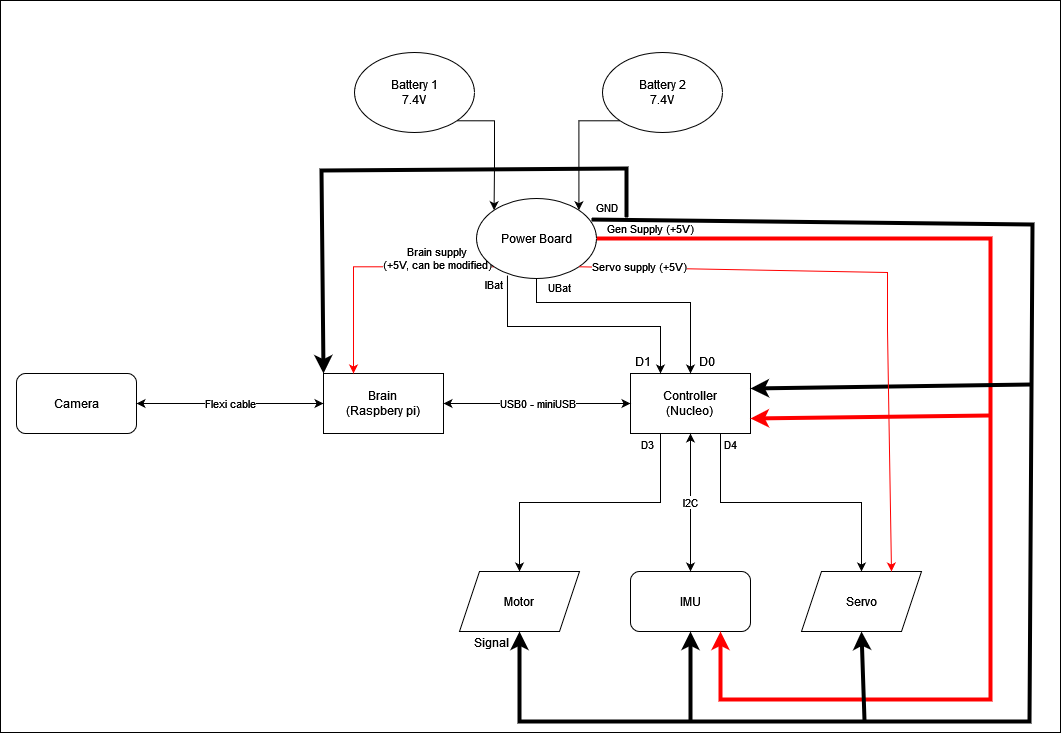
Above: source/images/hardwaresetupforcar/ConnectionDiagram.png in ECC-BFMC/Documentation (draw.io), before the change. Source tidied: cells renumbered, new cells last; positions are measured from the earlier drawing's top-left corner, leaving out a move shared by most shapes. Its diagram source:
```xml
<mxGraphModel>
  <root>
    <mxCell id="0" />
    <mxCell id="1" parent="0" />
    <mxCell id="2" style="rounded=0;whiteSpace=wrap;html=1;" parent="1" vertex="1">
      <mxGeometry width="1060" height="732" as="geometry" />
    </mxCell>
    <mxCell id="3" value="&lt;div&gt;Brain&lt;/div&gt;&lt;div&gt;(Raspbery pi)&lt;br&gt;&lt;/div&gt;" style="rounded=0;whiteSpace=wrap;html=1;" parent="1" vertex="1">
      <mxGeometry x="323" y="373" width="120" height="60" as="geometry" />
    </mxCell>
    <mxCell id="4" value="D3" style="edgeStyle=orthogonalEdgeStyle;rounded=0;jettySize=auto;html=1;exitX=0.25;exitY=1;exitDx=0;exitDy=0;" parent="1" edge="1" source="6" target="12">
      <mxGeometry x="-0.92" y="-13" relative="1" as="geometry" />
    </mxCell>
    <mxCell id="5" value="D4" style="edgeStyle=orthogonalEdgeStyle;rounded=0;jettySize=auto;html=1;exitX=0.75;exitY=1;exitDx=0;exitDy=0;entryX=0.5;entryY=0;entryDx=0;entryDy=0;" parent="1" edge="1" source="6" target="13">
      <mxGeometry x="-0.92" y="10" relative="1" as="geometry" />
    </mxCell>
    <mxCell id="6" value="&lt;div&gt;Controller&lt;/div&gt;&lt;div&gt;(Nucleo)&lt;br&gt;&lt;/div&gt;" style="rounded=0;whiteSpace=wrap;html=1;" parent="1" vertex="1">
      <mxGeometry x="630" y="373" width="120" height="60" as="geometry" />
    </mxCell>
    <mxCell id="7" value="USB0 - miniUSB" style="endArrow=classic;startArrow=classic;html=1;rounded=0;entryX=0;entryY=0.5;entryDx=0;entryDy=0;exitX=1;exitY=0.5;exitDx=0;exitDy=0;" parent="1" edge="1" source="3" target="6">
      <mxGeometry relative="1" as="geometry" />
    </mxCell>
    <mxCell id="8" value="Camera" style="rounded=1;whiteSpace=wrap;html=1;" parent="1" vertex="1">
      <mxGeometry x="16" y="373" width="120" height="60" as="geometry" />
    </mxCell>
    <mxCell id="9" value="IMU" style="rounded=1;whiteSpace=wrap;html=1;" parent="1" vertex="1">
      <mxGeometry x="630" y="571" width="120" height="60" as="geometry" />
    </mxCell>
    <mxCell id="10" value="Flexi cable" style="endArrow=classic;startArrow=classic;html=1;rounded=0;exitX=1;exitY=0.5;exitDx=0;exitDy=0;entryX=0;entryY=0.5;entryDx=0;entryDy=0;" parent="1" edge="1" source="8" target="3">
      <mxGeometry relative="1" as="geometry" />
    </mxCell>
    <mxCell id="11" value="I2C" style="endArrow=classic;startArrow=classic;html=1;rounded=0;entryX=0.5;entryY=1;entryDx=0;entryDy=0;" parent="1" edge="1" source="9" target="6">
      <mxGeometry relative="1" as="geometry" />
    </mxCell>
    <mxCell id="12" value="Motor" style="shape=parallelogram;perimeter=parallelogramPerimeter;whiteSpace=wrap;html=1;fixedSize=1;" parent="1" vertex="1">
      <mxGeometry x="459" y="571" width="120" height="60" as="geometry" />
    </mxCell>
    <mxCell id="13" value="Servo" style="shape=parallelogram;perimeter=parallelogramPerimeter;whiteSpace=wrap;html=1;fixedSize=1;" parent="1" vertex="1">
      <mxGeometry x="801" y="571" width="120" height="60" as="geometry" />
    </mxCell>
    <mxCell id="14" value="Brain supply&lt;br&gt;&lt;div&gt;(+5V, can be modified)&lt;/div&gt;" style="edgeStyle=orthogonalEdgeStyle;rounded=0;jettySize=auto;html=1;exitX=0;exitY=1;exitDx=0;exitDy=0;entryX=0.25;entryY=0;entryDx=0;entryDy=0;strokeColor=#ff0000;" parent="1" edge="1" source="18" target="3">
      <mxGeometry x="-0.54" y="-8" relative="1" as="geometry" />
    </mxCell>
    <mxCell id="15" value="&lt;div&gt;IBat&lt;br&gt;&lt;/div&gt;" style="edgeStyle=orthogonalEdgeStyle;rounded=0;jettySize=auto;html=1;exitX=0.258;exitY=0.963;exitDx=0;exitDy=0;entryX=0.25;entryY=0;entryDx=0;entryDy=0;exitPerimeter=0;" parent="1" edge="1" source="18" target="6">
      <mxGeometry x="-0.93" y="-14" relative="1" as="geometry">
        <Array as="points">
          <mxPoint x="507" y="326" />
          <mxPoint x="660" y="326" />
        </Array>
      </mxGeometry>
    </mxCell>
    <mxCell id="16" value="UBat" style="edgeStyle=orthogonalEdgeStyle;rounded=0;jettySize=auto;html=1;exitX=0.5;exitY=1;exitDx=0;exitDy=0;entryX=0.5;entryY=0;entryDx=0;entryDy=0;" parent="1" edge="1" source="18" target="6">
      <mxGeometry x="-0.62" y="15" relative="1" as="geometry">
        <Array as="points">
          <mxPoint x="536" y="302" />
          <mxPoint x="690" y="302" />
        </Array>
      </mxGeometry>
    </mxCell>
    <mxCell id="17" value="Gen Supply (+5V)" style="edgeStyle=orthogonalEdgeStyle;rounded=0;jumpSize=21;jettySize=auto;html=1;exitX=1;exitY=0.5;exitDx=0;exitDy=0;entryX=0.75;entryY=1;entryDx=0;entryDy=0;strokeColor=#ff0000;strokeWidth=4;" parent="1" edge="1" source="18" target="9">
      <mxGeometry x="-0.91" y="10" relative="1" as="geometry">
        <Array as="points">
          <mxPoint x="990" y="238" />
          <mxPoint x="990" y="699" />
          <mxPoint x="720" y="699" />
        </Array>
      </mxGeometry>
    </mxCell>
    <mxCell id="18" value="Power Board" style="ellipse;whiteSpace=wrap;html=1;" parent="1" vertex="1">
      <mxGeometry x="476" y="198" width="120" height="80" as="geometry" />
    </mxCell>
    <mxCell id="19" style="edgeStyle=orthogonalEdgeStyle;rounded=0;jettySize=auto;html=1;exitX=1;exitY=1;exitDx=0;exitDy=0;entryX=0;entryY=0;entryDx=0;entryDy=0;" parent="1" edge="1" source="20" target="18">
      <mxGeometry relative="1" as="geometry" />
    </mxCell>
    <mxCell id="20" value="&lt;div&gt;Battery 1&lt;/div&gt;&lt;div&gt;7.4V&lt;br&gt;&lt;/div&gt;" style="ellipse;whiteSpace=wrap;html=1;" parent="1" vertex="1">
      <mxGeometry x="354" y="52" width="120" height="80" as="geometry" />
    </mxCell>
    <mxCell id="21" style="edgeStyle=orthogonalEdgeStyle;rounded=0;jettySize=auto;html=1;exitX=0;exitY=1;exitDx=0;exitDy=0;entryX=1;entryY=0;entryDx=0;entryDy=0;" parent="1" edge="1" source="22" target="18">
      <mxGeometry relative="1" as="geometry" />
    </mxCell>
    <mxCell id="22" value="&lt;div&gt;Battery 2&lt;/div&gt;&lt;div&gt;7.4V&lt;br&gt;&lt;/div&gt;" style="ellipse;whiteSpace=wrap;html=1;" parent="1" vertex="1">
      <mxGeometry x="602" y="52" width="120" height="80" as="geometry" />
    </mxCell>
    <mxCell id="23" value="GND" style="endArrow=classic;html=1;rounded=0;strokeColor=#000000;strokeWidth=4;jumpSize=21;exitX=0.958;exitY=0.263;exitDx=0;exitDy=0;exitPerimeter=0;entryX=0.5;entryY=1;entryDx=0;entryDy=0;" parent="1" edge="1" source="18" target="12">
      <mxGeometry x="-0.98" y="12" relative="1" as="geometry">
        <Array as="points">
          <mxPoint x="1032" y="224" />
          <mxPoint x="1029" y="721" />
          <mxPoint x="519" y="721" />
        </Array>
      </mxGeometry>
    </mxCell>
    <mxCell id="24" style="endArrow=classic;html=1;rounded=0;strokeColor=#000000;strokeWidth=4;jumpSize=21;entryX=0.5;entryY=1;entryDx=0;entryDy=0;" parent="1" edge="1" target="9">
      <mxGeometry relative="1" as="geometry">
        <mxPoint x="690" y="721" as="sourcePoint" />
      </mxGeometry>
    </mxCell>
    <mxCell id="25" style="endArrow=classic;html=1;rounded=0;strokeColor=#000000;strokeWidth=4;jumpSize=21;entryX=0.5;entryY=1;entryDx=0;entryDy=0;" parent="1" edge="1" target="13">
      <mxGeometry relative="1" as="geometry">
        <mxPoint x="864" y="720" as="sourcePoint" />
      </mxGeometry>
    </mxCell>
    <mxCell id="26" style="endArrow=classic;html=1;rounded=0;strokeColor=#000000;strokeWidth=4;jumpSize=21;entryX=1;entryY=0.25;entryDx=0;entryDy=0;" parent="1" edge="1" target="6">
      <mxGeometry relative="1" as="geometry">
        <mxPoint x="1031" y="384" as="sourcePoint" />
      </mxGeometry>
    </mxCell>
    <mxCell id="27" style="endArrow=classic;html=1;rounded=0;strokeColor=#000000;strokeWidth=4;jumpSize=21;entryX=0;entryY=0;entryDx=0;entryDy=0;" parent="1" edge="1" target="3">
      <mxGeometry relative="1" as="geometry">
        <mxPoint x="626" y="217" as="sourcePoint" />
        <Array as="points">
          <mxPoint x="626" y="168" />
          <mxPoint x="321" y="170" />
        </Array>
      </mxGeometry>
    </mxCell>
    <mxCell id="28" value="Signal" style="text;html=1;strokeColor=none;fillColor=none;align=center;verticalAlign=middle;whiteSpace=wrap;rounded=0;" parent="1" vertex="1">
      <mxGeometry x="457" y="627" width="68" height="30" as="geometry" />
    </mxCell>
    <mxCell id="29" value="Servo supply (+5V)" style="endArrow=classic;html=1;rounded=0;strokeColor=#ff0000;strokeWidth=1;jumpSize=21;exitX=1;exitY=1;exitDx=0;exitDy=0;entryX=0.75;entryY=0;entryDx=0;entryDy=0;" parent="1" edge="1" source="18" target="13">
      <mxGeometry x="-0.8" y="1" relative="1" as="geometry">
        <Array as="points">
          <mxPoint x="887" y="272" />
          <mxPoint x="887" y="330" />
        </Array>
      </mxGeometry>
    </mxCell>
    <mxCell id="30" value="D0" style="text;html=1;strokeColor=none;fillColor=none;align=center;verticalAlign=middle;whiteSpace=wrap;rounded=0;" parent="1" vertex="1">
      <mxGeometry x="677" y="346" width="60" height="30" as="geometry" />
    </mxCell>
    <mxCell id="31" value="D1" style="text;html=1;strokeColor=none;fillColor=none;align=center;verticalAlign=middle;whiteSpace=wrap;rounded=0;" parent="1" vertex="1">
      <mxGeometry x="613" y="346" width="60" height="30" as="geometry" />
    </mxCell>
    <mxCell id="32" style="endArrow=classic;html=1;rounded=0;strokeColor=#ff0000;strokeWidth=4;jumpSize=21;entryX=1;entryY=0.75;entryDx=0;entryDy=0;" parent="1" edge="1" target="6">
      <mxGeometry relative="1" as="geometry">
        <mxPoint x="989" y="415" as="sourcePoint" />
      </mxGeometry>
    </mxCell>
  </root>
</mxGraphModel>
```
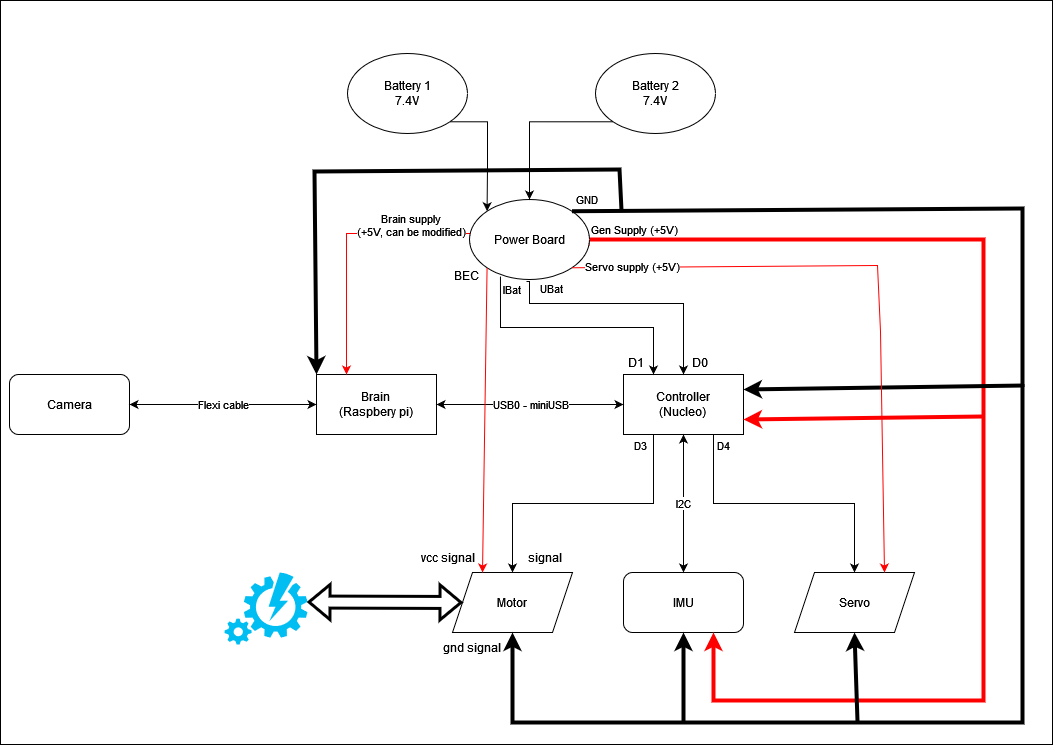
Above is the later version.

Commit message:
Updated connection diagram.

Change to the diagram source:
```diff
@@ -3,7 +3,7 @@
     <mxCell id="0" />
     <mxCell id="1" parent="0" />
     <mxCell id="2" style="rounded=0;whiteSpace=wrap;html=1;" parent="1" vertex="1">
-      <mxGeometry width="1060" height="732" as="geometry" />
+      <mxGeometry x="7" y="-1" width="1052" height="744" as="geometry" />
     </mxCell>
     <mxCell id="3" value="&lt;div&gt;Brain&lt;/div&gt;&lt;div&gt;(Raspbery pi)&lt;br&gt;&lt;/div&gt;" style="rounded=0;whiteSpace=wrap;html=1;" parent="1" vertex="1">
       <mxGeometry x="323" y="373" width="120" height="60" as="geometry" />
@@ -38,28 +38,30 @@
     <mxCell id="13" value="Servo" style="shape=parallelogram;perimeter=parallelogramPerimeter;whiteSpace=wrap;html=1;fixedSize=1;" parent="1" vertex="1">
       <mxGeometry x="801" y="571" width="120" height="60" as="geometry" />
     </mxCell>
-    <mxCell id="14" value="Brain supply&lt;br&gt;&lt;div&gt;(+5V, can be modified)&lt;/div&gt;" style="edgeStyle=orthogonalEdgeStyle;rounded=0;jettySize=auto;html=1;exitX=0;exitY=1;exitDx=0;exitDy=0;entryX=0.25;entryY=0;entryDx=0;entryDy=0;strokeColor=#ff0000;" parent="1" edge="1" source="18" target="3">
+    <mxCell id="14" value="Brain supply&lt;br&gt;&lt;div&gt;(+5V, can be modified)&lt;/div&gt;" style="edgeStyle=orthogonalEdgeStyle;rounded=0;jettySize=auto;html=1;exitX=0.025;exitY=0.425;exitDx=0;exitDy=0;entryX=0.25;entryY=0;entryDx=0;entryDy=0;strokeColor=#ff0000;exitPerimeter=0;" parent="1" edge="1" source="18" target="3">
       <mxGeometry x="-0.54" y="-8" relative="1" as="geometry" />
     </mxCell>
     <mxCell id="15" value="&lt;div&gt;IBat&lt;br&gt;&lt;/div&gt;" style="edgeStyle=orthogonalEdgeStyle;rounded=0;jettySize=auto;html=1;exitX=0.258;exitY=0.963;exitDx=0;exitDy=0;entryX=0.25;entryY=0;entryDx=0;entryDy=0;exitPerimeter=0;" parent="1" edge="1" source="18" target="6">
-      <mxGeometry x="-0.93" y="-14" relative="1" as="geometry">
+      <mxGeometry x="-0.9" y="11" relative="1" as="geometry">
         <Array as="points">
           <mxPoint x="507" y="326" />
           <mxPoint x="660" y="326" />
         </Array>
       </mxGeometry>
     </mxCell>
-    <mxCell id="16" value="UBat" style="edgeStyle=orthogonalEdgeStyle;rounded=0;jettySize=auto;html=1;exitX=0.5;exitY=1;exitDx=0;exitDy=0;entryX=0.5;entryY=0;entryDx=0;entryDy=0;" parent="1" edge="1" source="18" target="6">
+    <mxCell id="16" value="UBat" style="edgeStyle=orthogonalEdgeStyle;rounded=0;jettySize=auto;html=1;entryX=0.5;entryY=0;entryDx=0;entryDy=0;" parent="1" edge="1" target="6">
       <mxGeometry x="-0.62" y="15" relative="1" as="geometry">
+        <mxPoint x="533" y="280" as="sourcePoint" />
         <Array as="points">
           <mxPoint x="536" y="302" />
           <mxPoint x="690" y="302" />
         </Array>
       </mxGeometry>
     </mxCell>
-    <mxCell id="17" value="Gen Supply (+5V)" style="edgeStyle=orthogonalEdgeStyle;rounded=0;jumpSize=21;jettySize=auto;html=1;exitX=1;exitY=0.5;exitDx=0;exitDy=0;entryX=0.75;entryY=1;entryDx=0;entryDy=0;strokeColor=#ff0000;strokeWidth=4;" parent="1" edge="1" source="18" target="9">
+    <mxCell id="17" value="Gen Supply (+5V)" style="edgeStyle=orthogonalEdgeStyle;rounded=0;jumpSize=21;jettySize=auto;html=1;exitX=0.983;exitY=0.588;exitDx=0;exitDy=0;entryX=0.75;entryY=1;entryDx=0;entryDy=0;strokeColor=#ff0000;strokeWidth=4;exitPerimeter=0;" parent="1" edge="1" source="18" target="9">
       <mxGeometry x="-0.91" y="10" relative="1" as="geometry">
         <Array as="points">
+          <mxPoint x="594" y="238" />
           <mxPoint x="990" y="238" />
           <mxPoint x="990" y="699" />
           <mxPoint x="720" y="699" />
@@ -75,16 +77,16 @@
     <mxCell id="20" value="&lt;div&gt;Battery 1&lt;/div&gt;&lt;div&gt;7.4V&lt;br&gt;&lt;/div&gt;" style="ellipse;whiteSpace=wrap;html=1;" parent="1" vertex="1">
       <mxGeometry x="354" y="52" width="120" height="80" as="geometry" />
     </mxCell>
-    <mxCell id="21" style="edgeStyle=orthogonalEdgeStyle;rounded=0;jettySize=auto;html=1;exitX=0;exitY=1;exitDx=0;exitDy=0;entryX=1;entryY=0;entryDx=0;entryDy=0;" parent="1" edge="1" source="22" target="18">
+    <mxCell id="21" style="edgeStyle=orthogonalEdgeStyle;rounded=0;jettySize=auto;html=1;exitX=0;exitY=1;exitDx=0;exitDy=0;" parent="1" edge="1" source="22" target="18">
       <mxGeometry relative="1" as="geometry" />
     </mxCell>
     <mxCell id="22" value="&lt;div&gt;Battery 2&lt;/div&gt;&lt;div&gt;7.4V&lt;br&gt;&lt;/div&gt;" style="ellipse;whiteSpace=wrap;html=1;" parent="1" vertex="1">
       <mxGeometry x="602" y="52" width="120" height="80" as="geometry" />
     </mxCell>
-    <mxCell id="23" value="GND" style="endArrow=classic;html=1;rounded=0;strokeColor=#000000;strokeWidth=4;jumpSize=21;exitX=0.958;exitY=0.263;exitDx=0;exitDy=0;exitPerimeter=0;entryX=0.5;entryY=1;entryDx=0;entryDy=0;" parent="1" edge="1" source="18" target="12">
+    <mxCell id="23" value="GND" style="endArrow=classic;html=1;rounded=0;strokeColor=#000000;strokeWidth=4;jumpSize=21;exitX=1;exitY=0;exitDx=0;exitDy=0;entryX=0.5;entryY=1;entryDx=0;entryDy=0;" parent="1" edge="1" source="18" target="12">
       <mxGeometry x="-0.98" y="12" relative="1" as="geometry">
         <Array as="points">
-          <mxPoint x="1032" y="224" />
+          <mxPoint x="1029" y="207" />
           <mxPoint x="1029" y="721" />
           <mxPoint x="519" y="721" />
         </Array>
@@ -107,20 +109,20 @@
     </mxCell>
     <mxCell id="27" style="endArrow=classic;html=1;rounded=0;strokeColor=#000000;strokeWidth=4;jumpSize=21;entryX=0;entryY=0;entryDx=0;entryDy=0;" parent="1" edge="1" target="3">
       <mxGeometry relative="1" as="geometry">
-        <mxPoint x="626" y="217" as="sourcePoint" />
+        <mxPoint x="628" y="209" as="sourcePoint" />
         <Array as="points">
           <mxPoint x="626" y="168" />
           <mxPoint x="321" y="170" />
         </Array>
       </mxGeometry>
     </mxCell>
-    <mxCell id="28" value="Signal" style="text;html=1;strokeColor=none;fillColor=none;align=center;verticalAlign=middle;whiteSpace=wrap;rounded=0;" parent="1" vertex="1">
-      <mxGeometry x="457" y="627" width="68" height="30" as="geometry" />
+    <mxCell id="28" value="gnd signal" style="text;html=1;strokeColor=none;fillColor=none;align=center;verticalAlign=middle;whiteSpace=wrap;rounded=0;" parent="1" vertex="1">
+      <mxGeometry x="445" y="631" width="68" height="30" as="geometry" />
     </mxCell>
     <mxCell id="29" value="Servo supply (+5V)" style="endArrow=classic;html=1;rounded=0;strokeColor=#ff0000;strokeWidth=1;jumpSize=21;exitX=1;exitY=1;exitDx=0;exitDy=0;entryX=0.75;entryY=0;entryDx=0;entryDy=0;" parent="1" edge="1" source="18" target="13">
       <mxGeometry x="-0.8" y="1" relative="1" as="geometry">
         <Array as="points">
-          <mxPoint x="887" y="272" />
+          <mxPoint x="884" y="264" />
           <mxPoint x="887" y="330" />
         </Array>
       </mxGeometry>
@@ -136,5 +138,23 @@
         <mxPoint x="989" y="415" as="sourcePoint" />
       </mxGeometry>
     </mxCell>
+    <mxCell id="33" style="endArrow=classic;html=1;rounded=0;exitX=0;exitY=1;exitDx=0;exitDy=0;entryX=0.25;entryY=0;entryDx=0;entryDy=0;strokeColor=#FF0000;" parent="1" edge="1" source="18" target="12">
+      <mxGeometry relative="1" as="geometry" />
+    </mxCell>
+    <mxCell id="34" value="BEC" style="text;html=1;strokeColor=none;fillColor=none;align=center;verticalAlign=middle;whiteSpace=wrap;rounded=0;" parent="1" vertex="1">
+      <mxGeometry x="443" y="259" width="60" height="30" as="geometry" />
+    </mxCell>
+    <mxCell id="35" value="vcc signal" style="text;html=1;strokeColor=none;fillColor=none;align=center;verticalAlign=middle;whiteSpace=wrap;rounded=0;" parent="1" vertex="1">
+      <mxGeometry x="421" y="541" width="68" height="30" as="geometry" />
+    </mxCell>
+    <mxCell id="36" value="signal" style="text;html=1;strokeColor=none;fillColor=none;align=center;verticalAlign=middle;whiteSpace=wrap;rounded=0;" parent="1" vertex="1">
+      <mxGeometry x="518" y="541" width="68" height="30" as="geometry" />
+    </mxCell>
+    <mxCell id="37" style="verticalLabelPosition=bottom;html=1;verticalAlign=top;align=center;strokeColor=none;fillColor=#00BEF2;shape=mxgraph.azure.automation;" parent="1" vertex="1">
+      <mxGeometry x="231" y="571" width="83" height="72" as="geometry" />
+    </mxCell>
+    <mxCell id="38" style="shape=flexArrow;endArrow=classic;startArrow=classic;html=1;rounded=0;exitX=1;exitY=0.41;exitDx=0;exitDy=0;exitPerimeter=0;entryX=0;entryY=0.5;entryDx=0;entryDy=0;strokeWidth=3;" parent="1" edge="1" source="37" target="12">
+      <mxGeometry relative="1" as="geometry" />
+    </mxCell>
   </root>
 </mxGraphModel>
```
